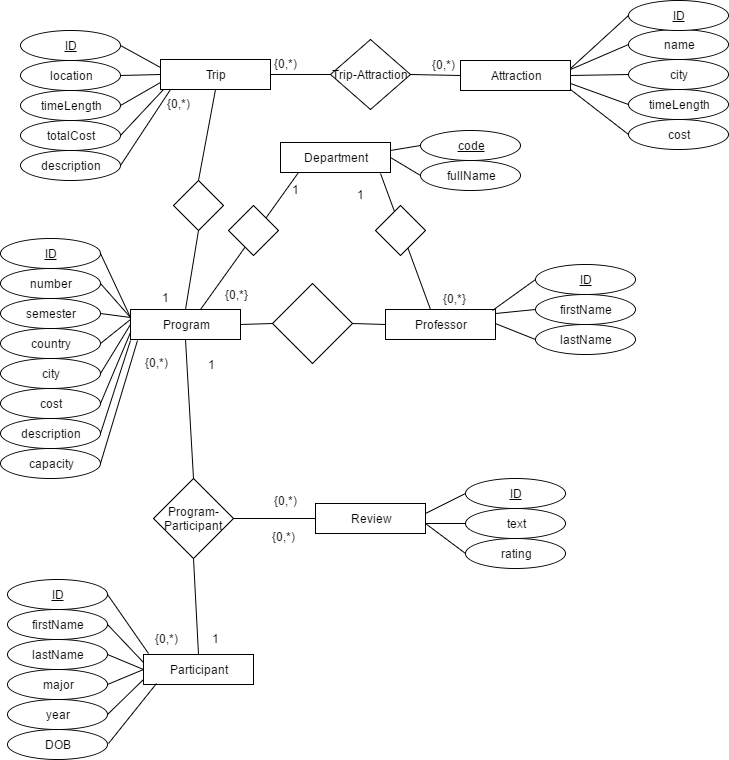
Earlier version of the draw.io export project/erd.png (pbrinks/cs342). Source tidied: cells renumbered, new cells last; positions are measured from the earlier drawing's top-left corner, leaving out a move shared by most shapes.
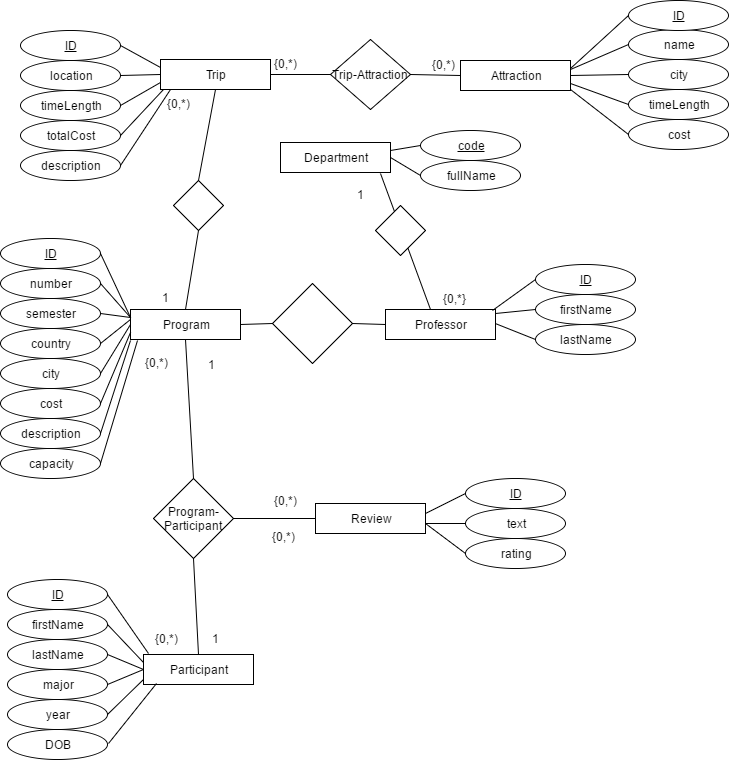
The same diagram one commit later.

Diff of the diagram source:
```diff
@@ -83,11 +83,6 @@
     <mxCell id="28" value="&lt;u&gt;ID&lt;/u&gt;" style="ellipse;whiteSpace=wrap;html=1;" parent="1" vertex="1">
       <mxGeometry x="20" y="30" width="100" height="30" as="geometry" />
     </mxCell>
-    <mxCell id="29" style="edgeStyle=none;rounded=0;html=1;exitX=0;exitY=0.5;endArrow=none;endFill=0;jettySize=auto;" parent="1" edge="1" source="30">
-      <mxGeometry relative="1" as="geometry">
-        <mxPoint x="570" y="69" as="targetPoint" />
-      </mxGeometry>
-    </mxCell>
     <mxCell id="30" value="name" style="ellipse;whiteSpace=wrap;html=1;" parent="1" vertex="1">
       <mxGeometry x="628" y="29" width="100" height="30" as="geometry" />
     </mxCell>
@@ -282,11 +277,6 @@
     <mxCell id="85" style="edgeStyle=none;rounded=0;html=1;exitX=1;exitY=0.5;entryX=0;entryY=0.5;endArrow=none;endFill=0;jettySize=auto;" parent="1" edge="1" source="8" target="9">
       <mxGeometry relative="1" as="geometry" />
     </mxCell>
-    <mxCell id="86" style="edgeStyle=none;rounded=0;html=1;endArrow=none;endFill=0;jettySize=auto;entryX=0.164;entryY=1;entryPerimeter=0;" parent="1" edge="1" target="13">
-      <mxGeometry relative="1" as="geometry">
-        <mxPoint x="200" y="309" as="sourcePoint" />
-      </mxGeometry>
-    </mxCell>
     <mxCell id="87" style="edgeStyle=none;rounded=0;html=1;endArrow=none;endFill=0;jettySize=auto;entryX=0.909;entryY=1.033;entryPerimeter=0;" parent="1" edge="1" target="13">
       <mxGeometry relative="1" as="geometry">
         <mxPoint x="430" y="309" as="sourcePoint" />
@@ -322,23 +312,19 @@
     <mxCell id="97" style="rhombus;whiteSpace=wrap;html=1;" parent="1" vertex="1">
       <mxGeometry x="375" y="205" width="50" height="50" as="geometry" />
     </mxCell>
-    <mxCell id="98" style="rhombus;whiteSpace=wrap;html=1;" parent="1" vertex="1">
-      <mxGeometry x="228" y="205" width="50" height="50" as="geometry" />
-    </mxCell>
     <mxCell id="99" value="1" style="text;html=1;align=left;verticalAlign=top;spacingTop=-4;" parent="1" vertex="1">
       <mxGeometry x="355" y="185" width="20" height="20" as="geometry" />
     </mxCell>
     <mxCell id="100" value="{0,*}" style="text;html=1;align=left;verticalAlign=top;spacingTop=-4;" parent="1" vertex="1">
       <mxGeometry x="441" y="289" width="40" height="20" as="geometry" />
     </mxCell>
-    <mxCell id="101" value="1" style="text;html=1;align=left;verticalAlign=top;spacingTop=-4;" parent="1" vertex="1">
-      <mxGeometry x="290" y="180" width="20" height="20" as="geometry" />
-    </mxCell>
-    <mxCell id="102" value="{0,*}" style="text;html=1;align=left;verticalAlign=top;spacingTop=-4;" parent="1" vertex="1">
-      <mxGeometry x="223" y="285" width="40" height="20" as="geometry" />
-    </mxCell>
     <mxCell id="103" value="1" style="text;html=1;align=left;verticalAlign=top;spacingTop=-4;" parent="1" vertex="1">
       <mxGeometry x="206" y="355" width="20" height="20" as="geometry" />
     </mxCell>
+    <mxCell id="29" style="edgeStyle=none;rounded=0;html=1;exitX=0;exitY=0.5;endArrow=none;endFill=0;jettySize=auto;" parent="1" edge="1" source="30">
+      <mxGeometry relative="1" as="geometry">
+        <mxPoint x="570" y="69" as="targetPoint" />
+      </mxGeometry>
+    </mxCell>
   </root>
 </mxGraphModel>
```
